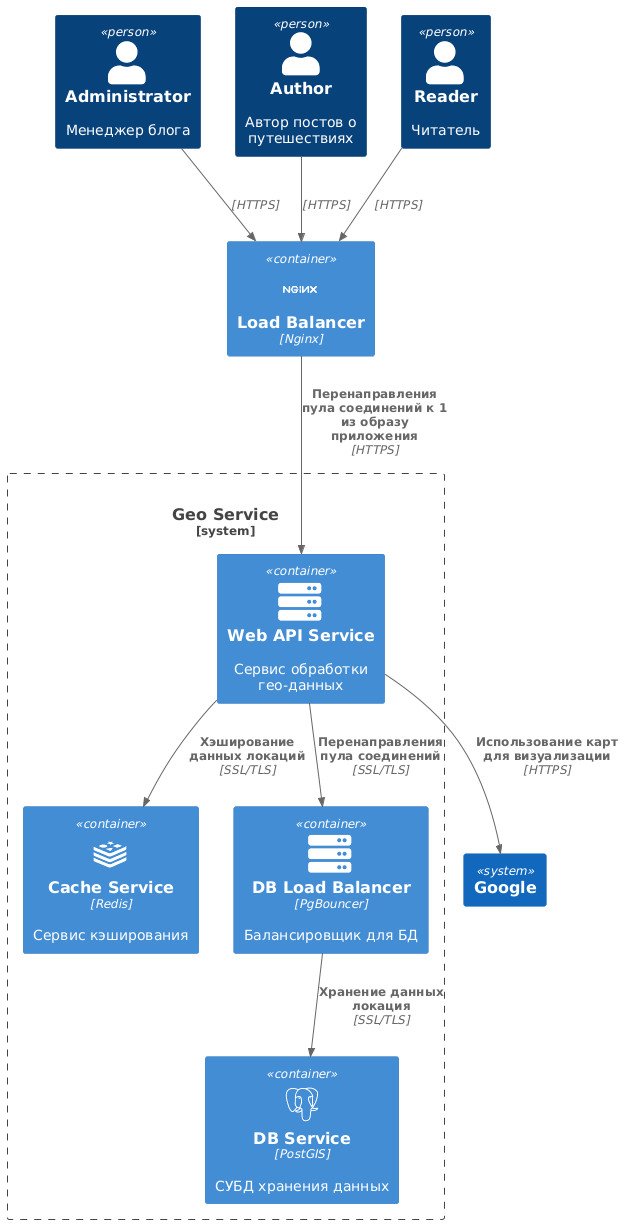
Above: architecture/images/geo.png in TimBerk/social_network_system_design (PlantUML), before the change. Source of this version:
```plantuml
@startuml
!include https://raw.githubusercontent.com/plantuml-stdlib/C4-PlantUML/master/C4_Container.puml
!define DEVICONS https://raw.githubusercontent.com/tupadr3/plantuml-icon-font-sprites/master/devicons
!define FONTAWESOME https://raw.githubusercontent.com/tupadr3/plantuml-icon-font-sprites/master/font-awesome-5

!include DEVICONS/nginx.puml
!include DEVICONS/postgresql.puml
!include DEVICONS/redis.puml
!include FONTAWESOME/server.puml

Person(admin, "Administrator", "Менеджер блога")
Person(author, "Author", "Автор постов о путешествиях")
Person(reader, "Reader", "Читатель")

Container(loadBalancer, "Load Balancer", "Nginx", "", "nginx")

System_Boundary(geo_service, "Geo Service", "Сервис для работы с гео-данными") {
    Container(api, "Web API Service", "", "Сервис обработки гео-данных", "server")
    Container(cache, "Cache Service", "Redis", "Сервис кэширования", "redis")

    Container(pg_bouncer, "DB Load Balancer", "PgBouncer", "Балансировщик для БД", "server")
    Container(postgresql, "DB Service", "PostGIS", "СУБД хранения данных", "postgresql")
}
System(google, "Google")

Rel(admin, loadBalancer, "", "HTTPS")
Rel(author, loadBalancer, "", "HTTPS")
Rel(reader, loadBalancer, "", "HTTPS")

Rel(loadBalancer, api, "Перенаправления пула соединений к 1 из образу приложения", "HTTPS")
Rel(api, cache, "Хэширование данных локаций", "SSL/TLS")
Rel(api, pg_bouncer, "Перенаправления пула соединений", "SSL/TLS")
Rel(pg_bouncer, postgresql, "Хранение данных локация", "SSL/TLS")

Rel(api, google, "Использование карт для визуализации", "HTTPS")
@enduml
```
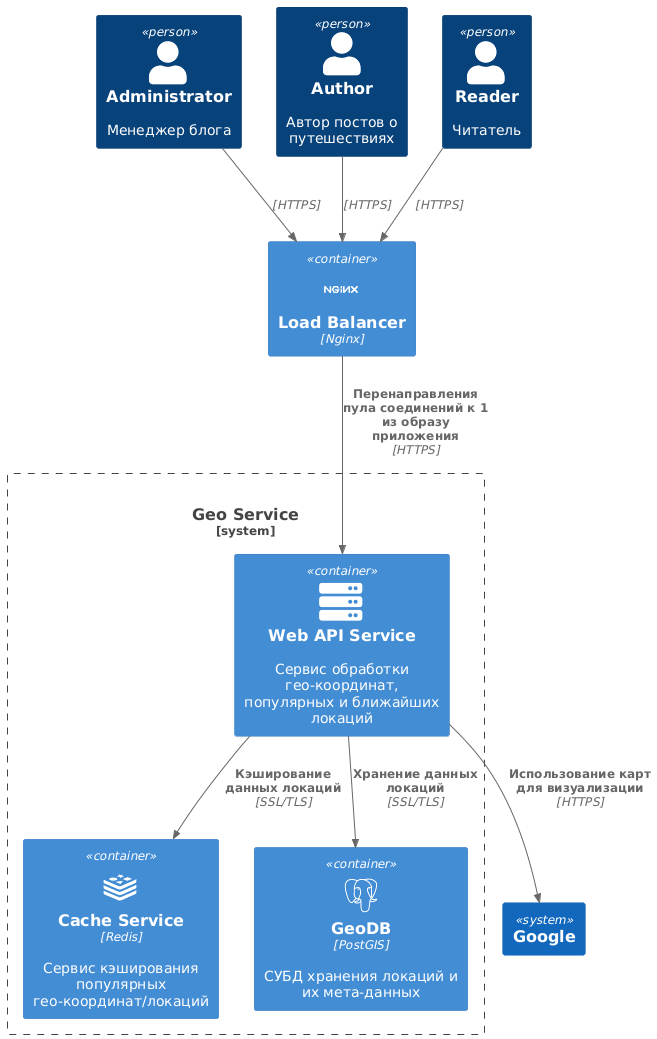
The same file after the commit.

What changed in the source:
```diff
@@ -15,11 +15,10 @@
 Container(loadBalancer, "Load Balancer", "Nginx", "", "nginx")
 
 System_Boundary(geo_service, "Geo Service", "Сервис для работы с гео-данными") {
-    Container(api, "Web API Service", "", "Сервис обработки гео-данных", "server")
-    Container(cache, "Cache Service", "Redis", "Сервис кэширования", "redis")
+    Container(api, "Web API Service", "", "Сервис обработки гео-координат, популярных и ближайших локаций", "server")
+    Container(cache, "Cache Service", "Redis", "Сервис кэширования популярных гео-координат/локаций", "redis")
 
-    Container(pg_bouncer, "DB Load Balancer", "PgBouncer", "Балансировщик для БД", "server")
-    Container(postgresql, "DB Service", "PostGIS", "СУБД хранения данных", "postgresql")
+    Container(postgresql, "GeoDB", "PostGIS", "СУБД хранения локаций и их мета-данных", "postgresql")
 }
 System(google, "Google")
 
@@ -28,9 +27,8 @@
 Rel(reader, loadBalancer, "", "HTTPS")
 
 Rel(loadBalancer, api, "Перенаправления пула соединений к 1 из образу приложения", "HTTPS")
-Rel(api, cache, "Хэширование данных локаций", "SSL/TLS")
-Rel(api, pg_bouncer, "Перенаправления пула соединений", "SSL/TLS")
-Rel(pg_bouncer, postgresql, "Хранение данных локация", "SSL/TLS")
+Rel(api, cache, "Кэширование данных локаций", "SSL/TLS")
+Rel(api, postgresql, "Хранение данных локаций", "SSL/TLS")
 
 Rel(api, google, "Использование карт для визуализации", "HTTPS")
 @enduml
```
